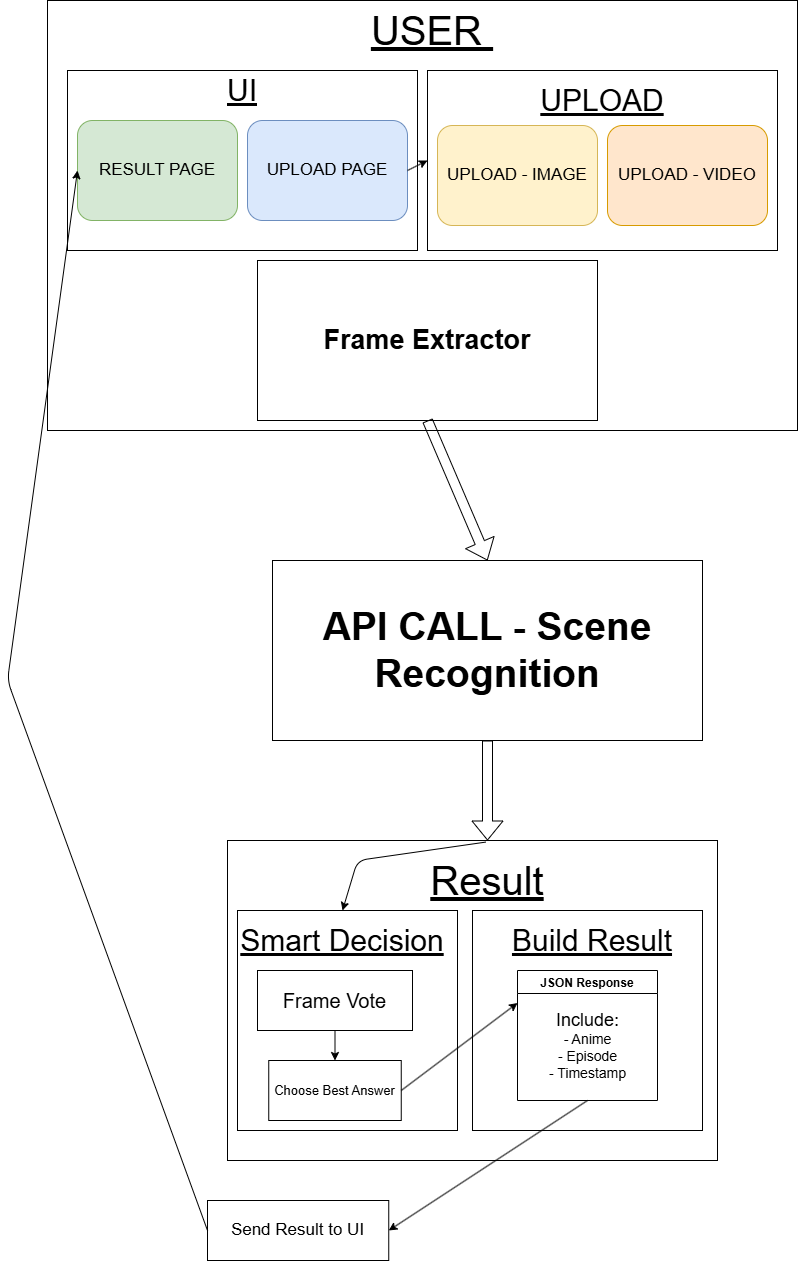
The draw.io diagram archi.drawio.png in 111yoav111/AnimeRS, before a commit. Source tidied: cells renumbered, new cells last; positions are measured from the earlier drawing's top-left corner, leaving out a move shared by most shapes.
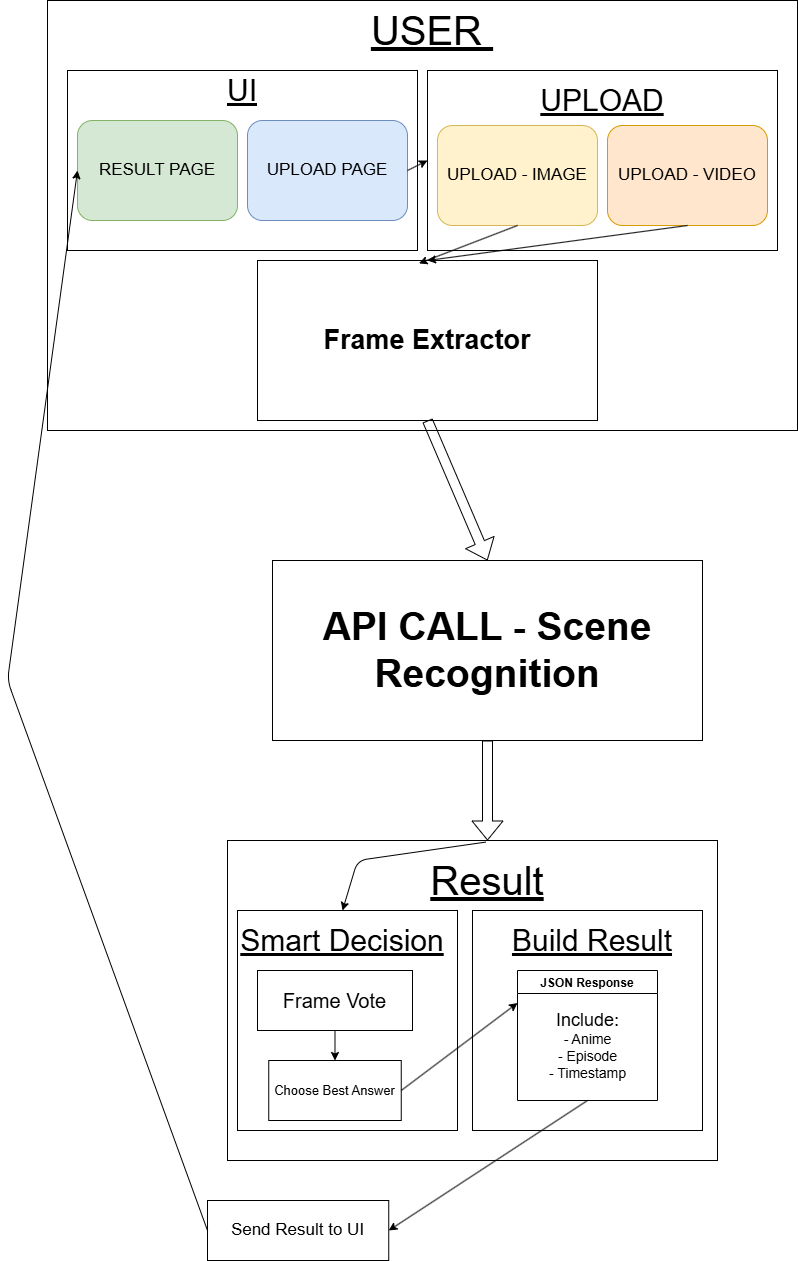
Later version of the same file.

What changed in the source:
```diff
@@ -109,5 +109,11 @@
         </Array>
       </mxGeometry>
     </mxCell>
+    <mxCell id="33" style="endArrow=classic;html=1;exitX=0.5;exitY=1;exitDx=0;exitDy=0;entryX=0.5;entryY=0;entryDx=0;entryDy=0;" parent="1" edge="1" source="10" target="12">
+      <mxGeometry relative="1" as="geometry" />
+    </mxCell>
+    <mxCell id="34" style="endArrow=classic;html=1;exitX=0.5;exitY=1;exitDx=0;exitDy=0;entryX=0.475;entryY=0.018;entryDx=0;entryDy=0;entryPerimeter=0;" parent="1" edge="1" source="11" target="12">
+      <mxGeometry relative="1" as="geometry" />
+    </mxCell>
   </root>
 </mxGraphModel>
```
